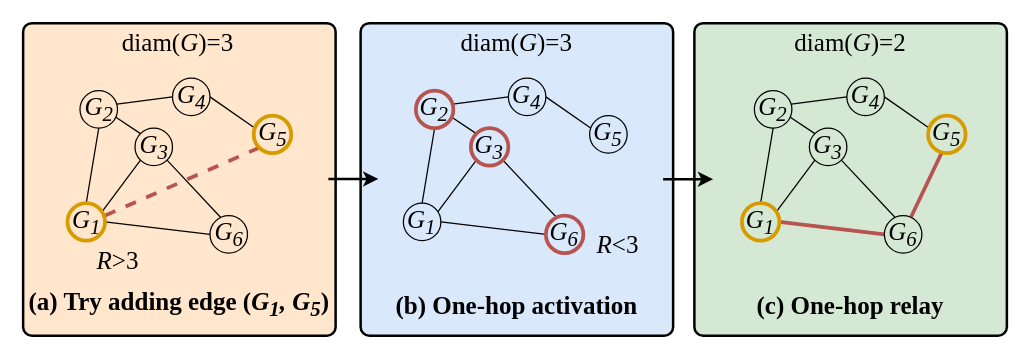
This is page "MOS" (4 of 6) of examples/RNSM-Example.drawio from JingLiuchang/hnsw-merge, a draw.io file, before an edit. Source tidied: cells renumbered, new cells numbered last; positions are measured from the earlier drawing's top-left corner, leaving out a move shared by most shapes. Both pictures are drawn from the tidied source at 125%, with x=0, y=0 at pixel (22, 22).
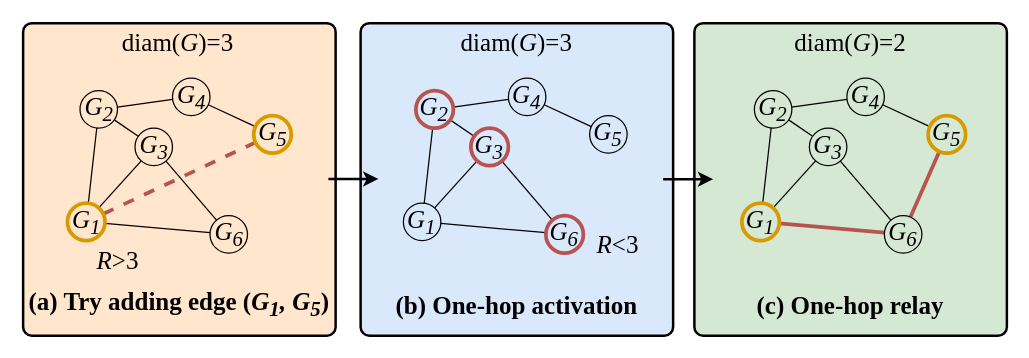
The same diagram, later.

Unchanged cells that the change refers to:
```xml
<mxCell id="6" value="G&lt;sub&gt;2&lt;/sub&gt;" style="ellipse;whiteSpace=wrap;html=1;rotation=0;fillColor=none;fontSize=20;fontFamily=Times New Roman;fontStyle=2;" parent="1" vertex="1">
  <mxGeometry x="45.5" y="54" width="30" height="30" as="geometry" />
</mxCell>
<mxCell id="7" value="G&lt;sub&gt;3&lt;/sub&gt;" style="ellipse;whiteSpace=wrap;html=1;rotation=0;fillColor=none;fontSize=20;fontFamily=Times New Roman;fontStyle=2;" parent="1" vertex="1">
  <mxGeometry x="89.5" y="84" width="30" height="30" as="geometry" />
</mxCell>
<mxCell id="8" value="G&lt;sub&gt;4&lt;/sub&gt;" style="ellipse;whiteSpace=wrap;html=1;rotation=0;fillColor=none;fontSize=20;fontFamily=Times New Roman;fontStyle=2;" parent="1" vertex="1">
  <mxGeometry x="119.5" y="44" width="30" height="30" as="geometry" />
</mxCell>
<mxCell id="14" value="G&lt;sub&gt;6&lt;/sub&gt;" style="ellipse;whiteSpace=wrap;html=1;rotation=0;fillColor=none;fontSize=20;fontFamily=Times New Roman;fontStyle=2;" parent="1" vertex="1">
  <mxGeometry x="149.5" y="154" width="30" height="30" as="geometry" />
</mxCell>
<mxCell id="18" value="G&lt;sub&gt;1&lt;/sub&gt;" style="ellipse;whiteSpace=wrap;html=1;rotation=0;fontSize=20;fontFamily=Times New Roman;fillColor=none;fontStyle=2;" parent="1" vertex="1">
  <mxGeometry x="304.2" y="144" width="30" height="30" as="geometry" />
</mxCell>
<mxCell id="19" value="G&lt;sub&gt;4&lt;/sub&gt;" style="ellipse;whiteSpace=wrap;html=1;rotation=0;fillColor=none;fontSize=20;fontFamily=Times New Roman;fontStyle=2;" parent="1" vertex="1">
  <mxGeometry x="388.2" y="44" width="30" height="30" as="geometry" />
</mxCell>
<mxCell id="20" value="G&lt;sub&gt;5&lt;/sub&gt;" style="ellipse;whiteSpace=wrap;html=1;rotation=0;fillColor=none;fontSize=20;fontFamily=Times New Roman;fontStyle=2;" parent="1" vertex="1">
  <mxGeometry x="453.2" y="74" width="30" height="30" as="geometry" />
</mxCell>
<mxCell id="28" value="G&lt;sub&gt;2&lt;/sub&gt;" style="ellipse;whiteSpace=wrap;html=1;rotation=0;fontSize=20;fontFamily=Times New Roman;fillColor=none;fontStyle=2;" parent="1" vertex="1">
  <mxGeometry x="585" y="54" width="30" height="30" as="geometry" />
</mxCell>
<mxCell id="29" value="G&lt;sub&gt;3&lt;/sub&gt;" style="ellipse;whiteSpace=wrap;html=1;rotation=0;fontSize=20;fontFamily=Times New Roman;fillColor=none;fontStyle=2;" parent="1" vertex="1">
  <mxGeometry x="629" y="84" width="30" height="30" as="geometry" />
</mxCell>
<mxCell id="30" value="G&lt;sub&gt;4&lt;/sub&gt;" style="ellipse;whiteSpace=wrap;html=1;rotation=0;fillColor=none;fontSize=20;fontFamily=Times New Roman;fontStyle=2;" parent="1" vertex="1">
  <mxGeometry x="659" y="44" width="30" height="30" as="geometry" />
</mxCell>
<mxCell id="49" value="G&lt;sub&gt;1&lt;/sub&gt;" style="ellipse;whiteSpace=wrap;html=1;rotation=0;fontSize=20;fontFamily=Times New Roman;fillColor=none;strokeColor=#d79b00;strokeWidth=3;fontStyle=2;" parent="1" vertex="1">
  <mxGeometry x="575" y="144" width="30" height="30" as="geometry" />
</mxCell>
<mxCell id="50" value="G&lt;sub&gt;6&lt;/sub&gt;" style="ellipse;whiteSpace=wrap;html=1;rotation=0;fontSize=20;fontFamily=Times New Roman;fillColor=none;fontStyle=2;" parent="1" vertex="1">
  <mxGeometry x="689" y="154" width="30" height="30" as="geometry" />
</mxCell>
<mxCell id="51" value="G&lt;sub&gt;5&lt;/sub&gt;" style="ellipse;whiteSpace=wrap;html=1;rotation=0;fillColor=none;fontSize=20;fontFamily=Times New Roman;strokeColor=#d79b00;strokeWidth=3;fontStyle=2;" parent="1" vertex="1">
  <mxGeometry x="724" y="74" width="30" height="30" as="geometry" />
</mxCell>
<mxCell id="52" value="G&lt;sub&gt;1&lt;/sub&gt;" style="ellipse;whiteSpace=wrap;html=1;rotation=0;fontSize=20;fontFamily=Times New Roman;strokeWidth=3;fillColor=none;strokeColor=#d79b00;fontStyle=2;" parent="1" vertex="1">
  <mxGeometry x="35.5" y="144" width="30" height="30" as="geometry" />
</mxCell>
<mxCell id="53" value="G&lt;sub&gt;5&lt;/sub&gt;" style="ellipse;whiteSpace=wrap;html=1;rotation=0;fillColor=none;fontSize=20;fontFamily=Times New Roman;strokeWidth=3;strokeColor=#d79b00;fontStyle=2;" parent="1" vertex="1">
  <mxGeometry x="184.5" y="74" width="30" height="30" as="geometry" />
</mxCell>
<mxCell id="54" value="G&lt;sub&gt;2&lt;/sub&gt;" style="ellipse;whiteSpace=wrap;html=1;rotation=0;fillColor=none;fontSize=20;fontFamily=Times New Roman;strokeColor=#b85450;strokeWidth=3;fontStyle=2;" parent="1" vertex="1">
  <mxGeometry x="314.2" y="54" width="30" height="30" as="geometry" />
</mxCell>
<mxCell id="55" value="G&lt;sub&gt;3&lt;/sub&gt;" style="ellipse;whiteSpace=wrap;html=1;rotation=0;fillColor=none;fontSize=20;fontFamily=Times New Roman;strokeColor=#b85450;strokeWidth=3;fontStyle=2;" parent="1" vertex="1">
  <mxGeometry x="358.2" y="84" width="30" height="30" as="geometry" />
</mxCell>
<mxCell id="56" value="G&lt;sub&gt;6&lt;/sub&gt;" style="ellipse;whiteSpace=wrap;html=1;rotation=0;fillColor=none;fontSize=20;fontFamily=Times New Roman;strokeColor=#b85450;strokeWidth=3;fontStyle=2;" parent="1" vertex="1">
  <mxGeometry x="418.2" y="154" width="30" height="30" as="geometry" />
</mxCell>
```

What changed in the source:
```diff
@@
-    <mxCell id="9" style="endArrow=none;html=1;rounded=0;entryX=0.5;entryY=0;entryDx=0;entryDy=0;exitX=0.5;exitY=1;exitDx=0;exitDy=0;fontSize=20;fontFamily=Times New Roman;" parent="1" edge="1" source="6" target="52">
+    <mxCell id="9" style="endArrow=none;html=1;rounded=0;fontSize=20;fontFamily=Times New Roman;" parent="1" edge="1" source="6" target="52">
       <mxGeometry relative="1" as="geometry" />
     </mxCell>
-    <mxCell id="10" style="endArrow=none;html=1;rounded=0;exitX=0.918;exitY=0.234;exitDx=0;exitDy=0;entryX=0;entryY=1;entryDx=0;entryDy=0;fontSize=20;fontFamily=Times New Roman;exitPerimeter=0;" parent="1" edge="1" source="52" target="7">
+    <mxCell id="10" style="endArrow=none;html=1;rounded=0;fontSize=20;fontFamily=Times New Roman;" parent="1" edge="1" source="52" target="7">
       <mxGeometry relative="1" as="geometry" />
     </mxCell>
-    <mxCell id="11" style="endArrow=none;html=1;rounded=0;exitX=0.026;exitY=0.332;exitDx=0;exitDy=0;entryX=1;entryY=0.5;entryDx=0;entryDy=0;fontSize=20;fontFamily=Times New Roman;exitPerimeter=0;" parent="1" edge="1" source="53" target="8">
+    <mxCell id="11" style="endArrow=none;html=1;rounded=0;fontSize=20;fontFamily=Times New Roman;" parent="1" edge="1" source="53" target="8">
       <mxGeometry relative="1" as="geometry" />
     </mxCell>
-    <mxCell id="12" style="endArrow=none;html=1;rounded=0;exitX=0.984;exitY=0.362;exitDx=0;exitDy=0;entryX=0;entryY=0.5;entryDx=0;entryDy=0;fontSize=20;fontFamily=Times New Roman;exitPerimeter=0;" parent="1" edge="1" source="6" target="8">
+    <mxCell id="12" style="endArrow=none;html=1;rounded=0;fontSize=20;fontFamily=Times New Roman;" parent="1" edge="1" source="6" target="8">
       <mxGeometry relative="1" as="geometry" />
     </mxCell>
-    <mxCell id="13" style="endArrow=none;html=1;rounded=0;exitX=0.958;exitY=0.711;exitDx=0;exitDy=0;entryX=0;entryY=0;entryDx=0;entryDy=0;fontSize=20;fontFamily=Times New Roman;exitPerimeter=0;" parent="1" edge="1" source="6" target="7">
+    <mxCell id="13" style="endArrow=none;html=1;rounded=0;fontSize=20;fontFamily=Times New Roman;" parent="1" edge="1" source="6" target="7">
       <mxGeometry relative="1" as="geometry" />
     </mxCell>
@@
-    <mxCell id="15" style="endArrow=none;html=1;rounded=0;entryX=0;entryY=0.5;entryDx=0;entryDy=0;fontSize=20;fontFamily=Times New Roman;exitX=1;exitY=0.5;exitDx=0;exitDy=0;" parent="1" edge="1" source="52" target="14">
+    <mxCell id="15" style="endArrow=none;html=1;rounded=0;fontSize=20;fontFamily=Times New Roman;" parent="1" edge="1" source="52" target="14">
       <mxGeometry relative="1" as="geometry" />
     </mxCell>
-    <mxCell id="16" style="endArrow=none;html=1;rounded=0;exitX=0.287;exitY=0.049;exitDx=0;exitDy=0;entryX=1;entryY=1;entryDx=0;entryDy=0;fontSize=20;fontFamily=Times New Roman;exitPerimeter=0;" parent="1" edge="1" source="14" target="7">
+    <mxCell id="16" style="endArrow=none;html=1;rounded=0;fontSize=20;fontFamily=Times New Roman;" parent="1" edge="1" source="14" target="7">
       <mxGeometry relative="1" as="geometry" />
     </mxCell>
-    <mxCell id="17" style="endArrow=none;html=1;rounded=0;entryX=0;entryY=1;entryDx=0;entryDy=0;dashed=1;strokeWidth=3;strokeColor=light-dark(#b85450, #ff7777);fontSize=20;" parent="1" edge="1" target="53">
-      <mxGeometry relative="1" as="geometry">
-        <mxPoint x="65.5" y="154" as="sourcePoint" />
-      </mxGeometry>
+    <mxCell id="17" style="endArrow=none;html=1;rounded=0;dashed=1;strokeWidth=3;strokeColor=light-dark(#b85450, #ff7777);fontSize=20;" parent="1" edge="1" source="52" target="53">
+      <mxGeometry relative="1" as="geometry" />
     </mxCell>
@@
-    <mxCell id="21" style="endArrow=none;html=1;rounded=0;entryX=0.5;entryY=0;entryDx=0;entryDy=0;exitX=0.5;exitY=1;exitDx=0;exitDy=0;fontSize=20;fontFamily=Times New Roman;" parent="1" edge="1" source="54" target="18">
+    <mxCell id="21" style="endArrow=none;html=1;rounded=0;fontSize=20;fontFamily=Times New Roman;" parent="1" edge="1" source="54" target="18">
       <mxGeometry relative="1" as="geometry" />
     </mxCell>
-    <mxCell id="22" style="endArrow=none;html=1;rounded=0;exitX=0.918;exitY=0.234;exitDx=0;exitDy=0;entryX=0;entryY=1;entryDx=0;entryDy=0;fontSize=20;fontFamily=Times New Roman;exitPerimeter=0;" parent="1" edge="1" source="18" target="55">
+    <mxCell id="22" style="endArrow=none;html=1;rounded=0;fontSize=20;fontFamily=Times New Roman;" parent="1" edge="1" source="18" target="55">
       <mxGeometry relative="1" as="geometry" />
     </mxCell>
-    <mxCell id="23" style="endArrow=none;html=1;rounded=0;exitX=0.026;exitY=0.332;exitDx=0;exitDy=0;entryX=1;entryY=0.5;entryDx=0;entryDy=0;fontSize=20;fontFamily=Times New Roman;exitPerimeter=0;" parent="1" edge="1" source="20" target="19">
+    <mxCell id="23" style="endArrow=none;html=1;rounded=0;fontSize=20;fontFamily=Times New Roman;" parent="1" edge="1" source="20" target="19">
       <mxGeometry relative="1" as="geometry" />
     </mxCell>
-    <mxCell id="24" style="endArrow=none;html=1;rounded=0;exitX=0.984;exitY=0.362;exitDx=0;exitDy=0;entryX=0;entryY=0.5;entryDx=0;entryDy=0;fontSize=20;fontFamily=Times New Roman;exitPerimeter=0;" parent="1" edge="1" source="54" target="19">
+    <mxCell id="24" style="endArrow=none;html=1;rounded=0;fontSize=20;fontFamily=Times New Roman;" parent="1" edge="1" source="54" target="19">
       <mxGeometry relative="1" as="geometry" />
     </mxCell>
-    <mxCell id="25" style="endArrow=none;html=1;rounded=0;exitX=0.958;exitY=0.711;exitDx=0;exitDy=0;entryX=0;entryY=0;entryDx=0;entryDy=0;fontSize=20;fontFamily=Times New Roman;exitPerimeter=0;" parent="1" edge="1" source="54" target="55">
+    <mxCell id="25" style="endArrow=none;html=1;rounded=0;fontSize=20;fontFamily=Times New Roman;" parent="1" edge="1" source="54" target="55">
       <mxGeometry relative="1" as="geometry" />
     </mxCell>
-    <mxCell id="26" style="endArrow=none;html=1;rounded=0;exitX=1;exitY=0.5;exitDx=0;exitDy=0;entryX=0;entryY=0.5;entryDx=0;entryDy=0;fontSize=20;fontFamily=Times New Roman;" parent="1" edge="1" source="18" target="56">
+    <mxCell id="26" style="endArrow=none;html=1;rounded=0;fontSize=20;fontFamily=Times New Roman;" parent="1" edge="1" source="18" target="56">
       <mxGeometry relative="1" as="geometry" />
     </mxCell>
-    <mxCell id="27" style="endArrow=none;html=1;rounded=0;exitX=0.287;exitY=0.049;exitDx=0;exitDy=0;entryX=1;entryY=1;entryDx=0;entryDy=0;fontSize=20;fontFamily=Times New Roman;exitPerimeter=0;" parent="1" edge="1" source="56" target="55">
+    <mxCell id="27" style="endArrow=none;html=1;rounded=0;fontSize=20;fontFamily=Times New Roman;" parent="1" edge="1" source="56" target="55">
       <mxGeometry relative="1" as="geometry" />
     </mxCell>
@@
-    <mxCell id="31" style="endArrow=none;html=1;rounded=0;entryX=0.5;entryY=0;entryDx=0;entryDy=0;exitX=0.5;exitY=1;exitDx=0;exitDy=0;fontSize=20;fontFamily=Times New Roman;" parent="1" edge="1" source="28" target="49">
+    <mxCell id="31" style="endArrow=none;html=1;rounded=0;fontSize=20;fontFamily=Times New Roman;" parent="1" edge="1" source="28" target="49">
       <mxGeometry relative="1" as="geometry" />
     </mxCell>
-    <mxCell id="32" style="endArrow=none;html=1;rounded=0;exitX=0.918;exitY=0.234;exitDx=0;exitDy=0;entryX=0;entryY=1;entryDx=0;entryDy=0;fontSize=20;fontFamily=Times New Roman;exitPerimeter=0;" parent="1" edge="1" source="49" target="29">
+    <mxCell id="32" style="endArrow=none;html=1;rounded=0;fontSize=20;fontFamily=Times New Roman;" parent="1" edge="1" source="49" target="29">
       <mxGeometry relative="1" as="geometry" />
     </mxCell>
-    <mxCell id="33" style="endArrow=none;html=1;rounded=0;exitX=0.026;exitY=0.332;exitDx=0;exitDy=0;entryX=1;entryY=0.5;entryDx=0;entryDy=0;fontSize=20;fontFamily=Times New Roman;exitPerimeter=0;" parent="1" edge="1" source="51" target="30">
+    <mxCell id="33" style="endArrow=none;html=1;rounded=0;fontSize=20;fontFamily=Times New Roman;" parent="1" edge="1" source="51" target="30">
       <mxGeometry relative="1" as="geometry" />
     </mxCell>
-    <mxCell id="34" style="endArrow=none;html=1;rounded=0;exitX=0.984;exitY=0.362;exitDx=0;exitDy=0;entryX=0;entryY=0.5;entryDx=0;entryDy=0;fontSize=20;fontFamily=Times New Roman;exitPerimeter=0;" parent="1" edge="1" source="28" target="30">
+    <mxCell id="34" style="endArrow=none;html=1;rounded=0;fontSize=20;fontFamily=Times New Roman;" parent="1" edge="1" source="28" target="30">
       <mxGeometry relative="1" as="geometry" />
     </mxCell>
-    <mxCell id="35" style="endArrow=none;html=1;rounded=0;exitX=0.958;exitY=0.711;exitDx=0;exitDy=0;entryX=0;entryY=0;entryDx=0;entryDy=0;fontSize=20;fontFamily=Times New Roman;exitPerimeter=0;" parent="1" edge="1" source="28" target="29">
+    <mxCell id="35" style="endArrow=none;html=1;rounded=0;fontSize=20;fontFamily=Times New Roman;" parent="1" edge="1" source="28" target="29">
       <mxGeometry relative="1" as="geometry" />
     </mxCell>
-    <mxCell id="36" style="endArrow=none;html=1;rounded=0;exitX=1;exitY=0.5;exitDx=0;exitDy=0;entryX=0;entryY=0.5;entryDx=0;entryDy=0;fontSize=20;fontFamily=Times New Roman;strokeWidth=3;strokeColor=light-dark(#b85450, #ededed);" parent="1" edge="1" source="49" target="50">
+    <mxCell id="36" style="endArrow=none;html=1;rounded=0;fontSize=20;fontFamily=Times New Roman;strokeWidth=3;strokeColor=light-dark(#b85450, #ededed);" parent="1" edge="1" source="49" target="50">
       <mxGeometry relative="1" as="geometry" />
     </mxCell>
-    <mxCell id="37" style="endArrow=none;html=1;rounded=0;exitX=0.287;exitY=0.049;exitDx=0;exitDy=0;entryX=1;entryY=1;entryDx=0;entryDy=0;fontSize=20;fontFamily=Times New Roman;exitPerimeter=0;" parent="1" edge="1" source="50" target="29">
+    <mxCell id="37" style="endArrow=none;html=1;rounded=0;fontSize=20;fontFamily=Times New Roman;" parent="1" edge="1" source="50" target="29">
       <mxGeometry relative="1" as="geometry" />
     </mxCell>
-    <mxCell id="38" style="endArrow=none;html=1;rounded=0;entryX=0.368;entryY=0.978;entryDx=0;entryDy=0;exitX=0.711;exitY=0.036;exitDx=0;exitDy=0;exitPerimeter=0;entryPerimeter=0;strokeColor=light-dark(#b85450, #ededed);strokeWidth=3;fontSize=20;" parent="1" edge="1" source="50" target="51">
+    <mxCell id="38" style="endArrow=none;html=1;rounded=0;strokeColor=light-dark(#b85450, #ededed);strokeWidth=3;fontSize=20;" parent="1" edge="1" source="50" target="51">
       <mxGeometry relative="1" as="geometry" />
     </mxCell>
```
